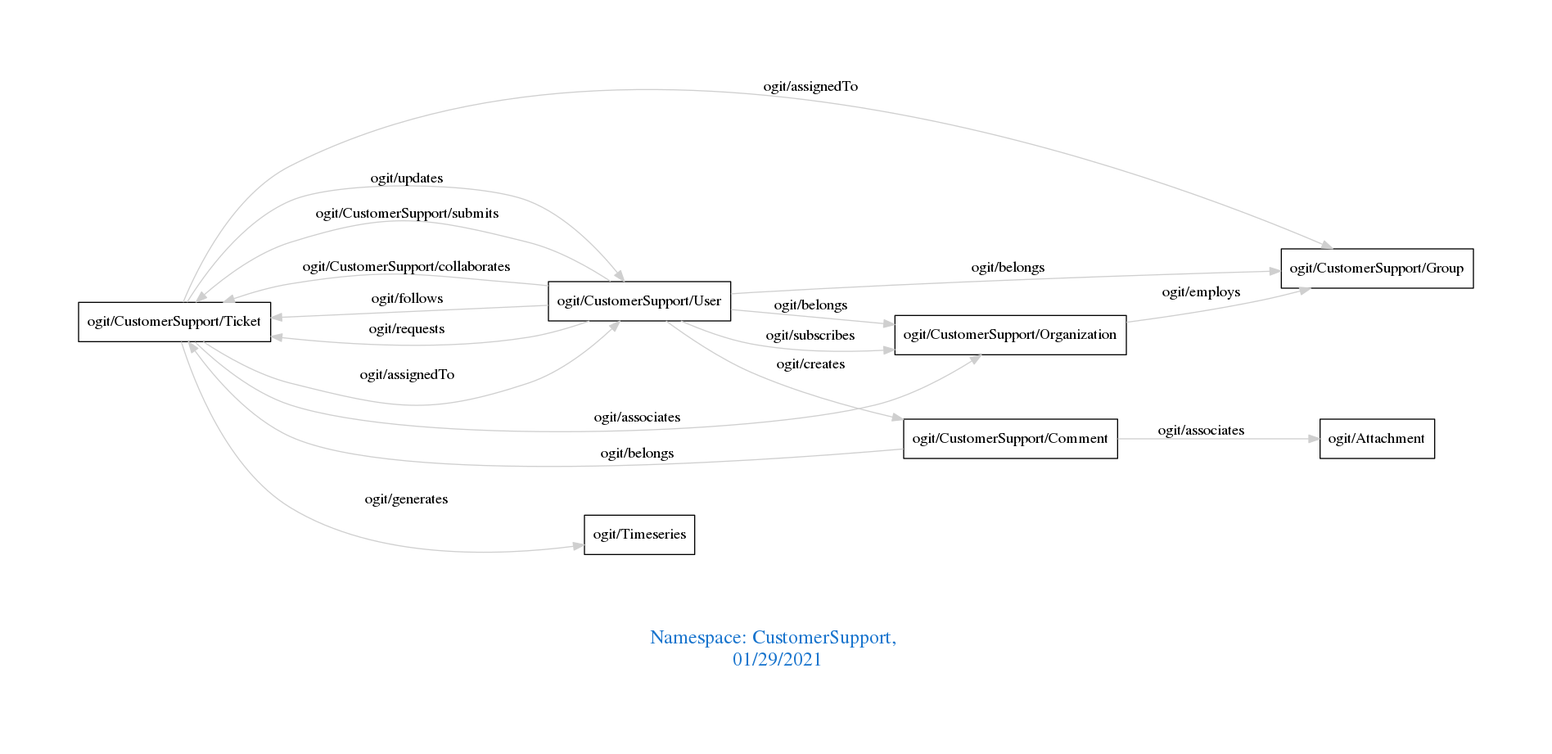
arago/OGIT keeps this Graphviz diagram as downloads/CustomerSupport.png. Above is the earlier version. Its source is kept beside it as downloads/CustomerSupport.dot.
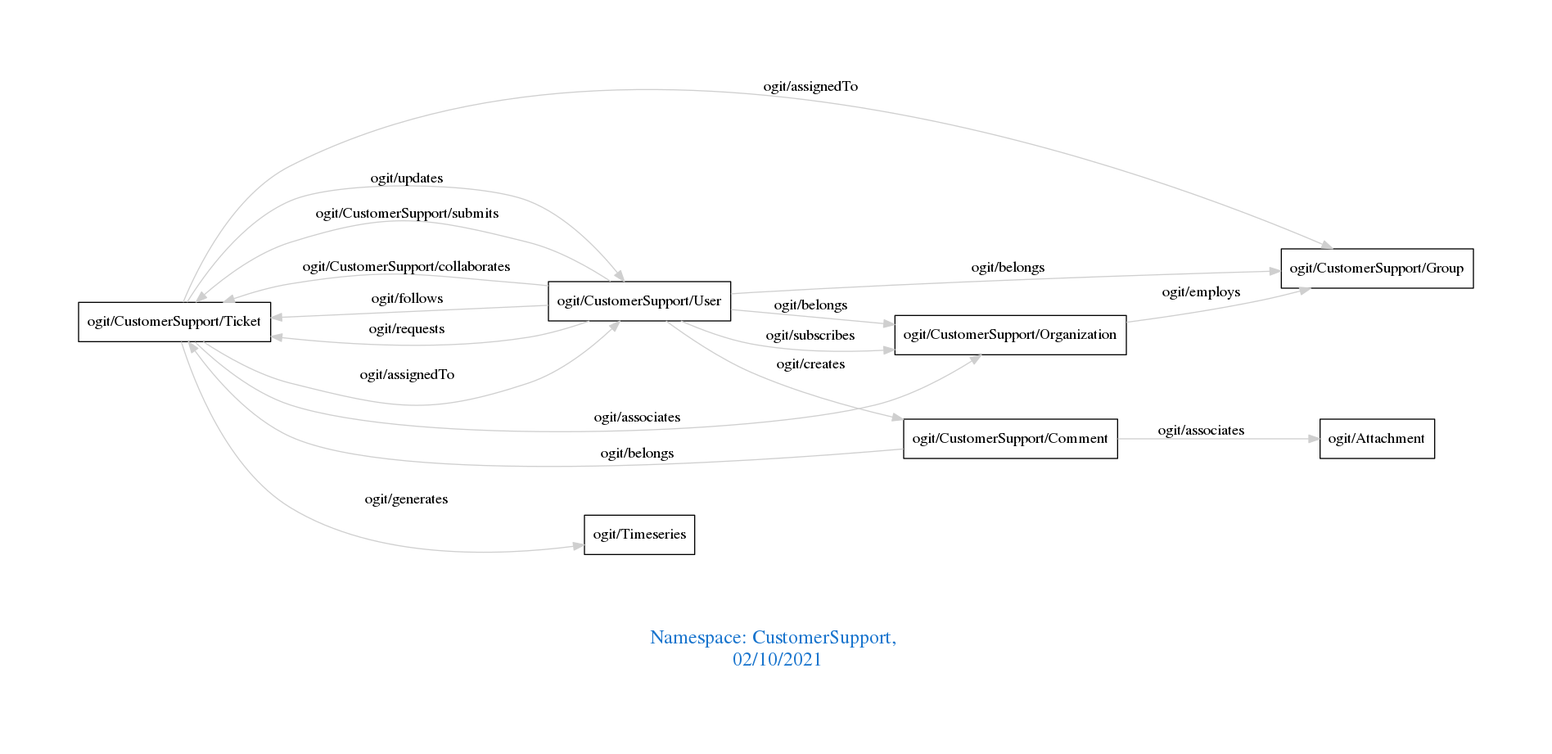
Above is the later version.

The edit, as a diff of the source:
```diff
@@ -1,7 +1,7 @@
 digraph OGIT_ontology {
  graph [ rankdir= LR,pad=1
 fontsize = 18,
-fontcolor= dodgerblue3,label = "\n\n\nNamespace: CustomerSupport, \n 01/29/2021"];
+fontcolor= dodgerblue3,label = "\n\n\nNamespace: CustomerSupport, \n 02/10/2021"];
 node[shape=polygon];
 edge [  color="gray81"];
 
```
